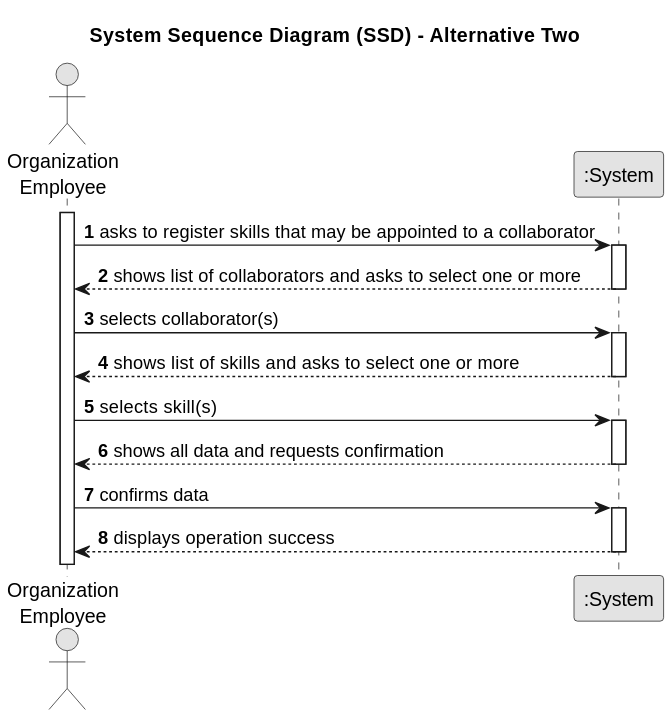
This is docs/sprint3/us004/01.requirements-engineering/svg/us004-system-sequence-diagram-alternative-two.svg from tiagosoa/lei-24-s2-1dgh-g073, a PlantUML export, as it was before one commit.
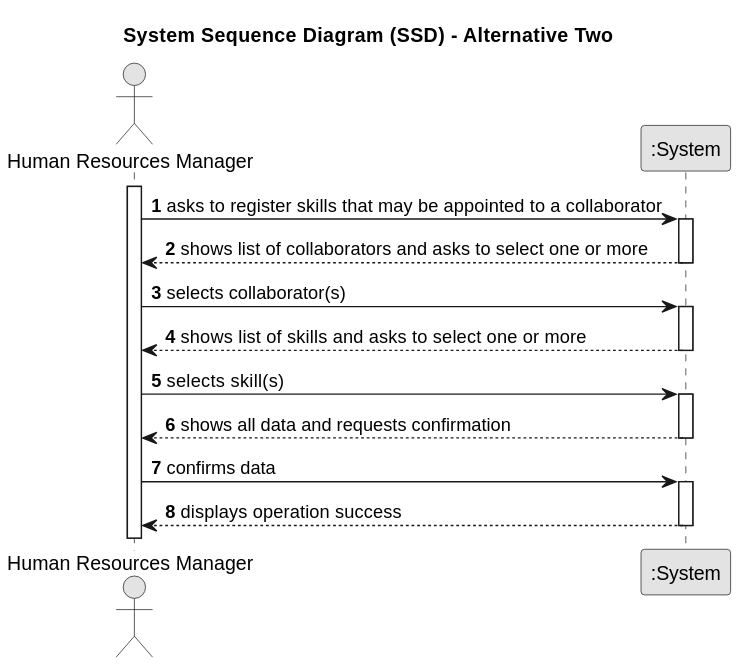
Above is the later version.

Diff of the diagram source:
```diff
@@ -7,32 +7,32 @@
 
 autonumber
 
-actor "Organization\nEmployee" as Employee
+actor "Human Resources Manager" as HRM
 participant ":System" as System
 
-activate Employee
+activate HRM
 
-    Employee -> System : asks to register skills that may be appointed to a collaborator
+    HRM -> System : asks to register skills that may be appointed to a collaborator
     activate System
 
-    System --> Employee : shows list of collaborators and asks to select one or more
+    System --> HRM : shows list of collaborators and asks to select one or more
     deactivate System
 
-    Employee -> System : selects collaborator(s)
+    HRM -> System : selects collaborator(s)
     activate System
 
-    System --> Employee : shows list of skills and asks to select one or more
+    System --> HRM : shows list of skills and asks to select one or more
     deactivate System
 
-    Employee -> System : selects skill(s)
+    HRM -> System : selects skill(s)
     activate System
 
-    System --> Employee : shows all data and requests confirmation
+    System --> HRM : shows all data and requests confirmation
     deactivate System
 
-    Employee -> System : confirms data
+    HRM -> System : confirms data
     activate System
 
-    System --> Employee : displays operation success
+    System --> HRM : displays operation success
     deactivate System
 @enduml
```
